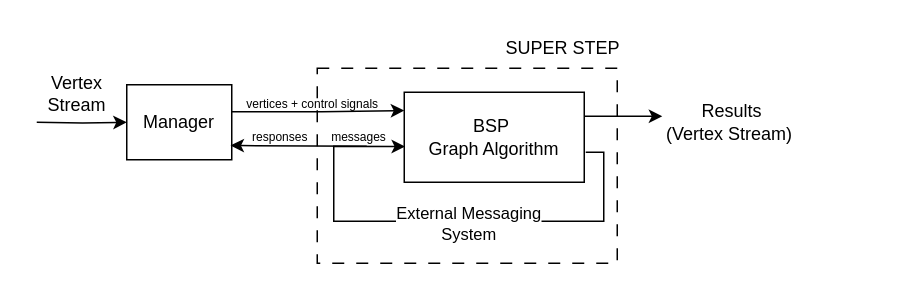
Earlier version of the draw.io diagram page "BSP" (3 of 8) of All execution models.drawio (komzy/FlinkPregelPaper). Source tidied: cells renumbered, new cells numbered last; positions are measured from the earlier drawing's top-left corner, leaving out a move shared by most shapes. Both pictures are drawn from the tidied source at 150%, with x=0, y=0 at pixel (32, 26).
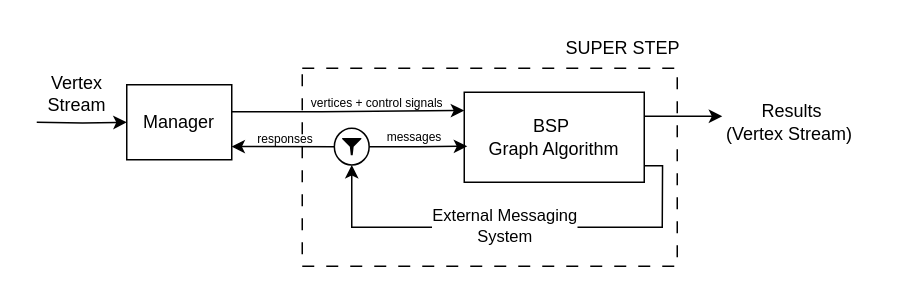
After the change.

Unchanged cells that the change refers to:
```xml
<mxCell id="12" value="Manager" style="rounded=0;whiteSpace=wrap;html=1;" parent="1" vertex="1">
  <mxGeometry x="63" y="39" width="70" height="50" as="geometry" />
</mxCell>
```

The edit, as a diff of the source:
```diff
@@
     <mxCell id="2" style="rounded=0;whiteSpace=wrap;html=1;fillColor=none;dashed=1;dashPattern=8 8;" parent="1" vertex="1">
-      <mxGeometry x="190" y="28" width="200" height="130" as="geometry" />
+      <mxGeometry x="180" y="28" width="250" height="132" as="geometry" />
     </mxCell>
@@
     <mxCell id="4" value="BSP&amp;nbsp;&lt;div&gt;Graph Algorithm&lt;/div&gt;" style="rounded=0;whiteSpace=wrap;html=1;" parent="1" vertex="1">
-      <mxGeometry x="248" y="44" width="120" height="60" as="geometry" />
+      <mxGeometry x="288" y="44" width="120" height="60" as="geometry" />
     </mxCell>
-    <mxCell id="5" style="endArrow=classic;html=1;rounded=0;curved=0;exitX=1;exitY=0.666;exitDx=0;exitDy=0;exitPerimeter=0;entryX=-0.004;entryY=0.603;entryDx=0;entryDy=0;entryPerimeter=0;" parent="1" edge="1">
+    <mxCell id="5" style="endArrow=classic;html=1;rounded=0;curved=0;exitX=1;exitY=0.666;exitDx=0;exitDy=0;exitPerimeter=0;strokeColor=default;entryX=0.5;entryY=1;entryDx=0;entryDy=0;" parent="1" edge="1" target="19">
       <mxGeometry relative="1" as="geometry">
-        <mxPoint x="369" y="84" as="sourcePoint" />
-        <mxPoint x="248.5" y="80.2" as="targetPoint" />
+        <mxPoint x="408.2" y="93" as="sourcePoint" />
         <Array as="points">
-          <mxPoint x="381" y="84" />
-          <mxPoint x="381" y="130" />
-          <mxPoint x="201" y="130" />
-          <mxPoint x="201" y="80" />
+          <mxPoint x="420.2" y="93" />
+          <mxPoint x="420" y="134" />
+          <mxPoint x="213" y="134" />
         </Array>
       </mxGeometry>
     </mxCell>
     <mxCell id="6" value="External Messaging&lt;div&gt;System&lt;/div&gt;" style="edgeLabel;html=1;align=center;verticalAlign=middle;" parent="5" vertex="1">
       <mxGeometry x="-0.03" y="1" relative="1" as="geometry">
-        <mxPoint x="14" as="offset" />
+        <mxPoint x="-13" y="-3" as="offset" />
       </mxGeometry>
     </mxCell>
     <mxCell id="7" style="endArrow=classic;html=1;rounded=0;" parent="1" edge="1">
       <mxGeometry relative="1" as="geometry">
-        <mxPoint x="368" y="60" as="sourcePoint" />
-        <mxPoint x="420" y="60" as="targetPoint" />
+        <mxPoint x="408" y="60" as="sourcePoint" />
+        <mxPoint x="460" y="60" as="targetPoint" />
       </mxGeometry>
     </mxCell>
     <mxCell id="8" value="&amp;nbsp;Results&lt;div&gt;(Vertex Stream)&lt;/div&gt;" style="text;html=1;whiteSpace=wrap;strokeColor=none;fillColor=none;align=center;verticalAlign=middle;rounded=0;" parent="1" vertex="1">
-      <mxGeometry x="410" y="44" width="110" height="40" as="geometry" />
+      <mxGeometry x="450" y="44" width="110" height="40" as="geometry" />
     </mxCell>
@@
     <mxCell id="10" value="SUPER STEP" style="text;html=1;whiteSpace=wrap;strokeColor=none;fillColor=none;align=center;verticalAlign=middle;rounded=0;" parent="1" vertex="1">
-      <mxGeometry x="309" width="90" height="30" as="geometry" />
+      <mxGeometry x="349" width="90" height="30" as="geometry" />
     </mxCell>
@@
-    <mxCell id="13" style="endArrow=classic;html=1;rounded=0;entryX=0.988;entryY=0.81;entryDx=0;entryDy=0;entryPerimeter=0;" parent="1" edge="1" target="12">
-      <mxGeometry relative="1" as="geometry">
-        <mxPoint x="223" y="80" as="sourcePoint" />
-      </mxGeometry>
-    </mxCell>
-    <mxCell id="14" value="&lt;span style=&quot;background-color: transparent; color: light-dark(rgb(0, 0, 0), rgb(255, 255, 255));&quot;&gt;&lt;font style=&quot;font-size: 8px;&quot;&gt;responses&lt;/font&gt;&lt;/span&gt;" style="text;html=1;whiteSpace=wrap;strokeColor=none;fillColor=none;align=center;verticalAlign=middle;rounded=0;" parent="1" vertex="1">
-      <mxGeometry x="135" y="68" width="61" height="10" as="geometry" />
-    </mxCell>
     <mxCell id="15" value="&lt;font style=&quot;font-size: 8px;&quot;&gt;messages&lt;/font&gt;" style="text;html=1;whiteSpace=wrap;strokeColor=none;fillColor=none;align=center;verticalAlign=middle;rounded=0;" parent="1" vertex="1">
-      <mxGeometry x="191" y="68" width="54" height="10" as="geometry" />
+      <mxGeometry x="228" y="68" width="54" height="10" as="geometry" />
     </mxCell>
     <mxCell id="16" value="&lt;font style=&quot;font-size: 8px;&quot;&gt;&amp;nbsp;&lt;span style=&quot;background-color: transparent; color: light-dark(rgb(0, 0, 0), rgb(255, 255, 255));&quot;&gt;vertices + control&amp;nbsp;&lt;/span&gt;&lt;/font&gt;&lt;span style=&quot;background-color: transparent; color: light-dark(rgb(0, 0, 0), rgb(255, 255, 255)); font-size: 8px;&quot;&gt;signals&lt;/span&gt;" style="text;html=1;whiteSpace=wrap;strokeColor=none;fillColor=none;align=center;verticalAlign=middle;rounded=0;" parent="1" vertex="1">
-      <mxGeometry x="131" y="34" width="110" height="34" as="geometry" />
+      <mxGeometry x="174" y="33" width="110" height="34" as="geometry" />
     </mxCell>
+    <mxCell id="17" style="group;" parent="1" vertex="1">
+      <mxGeometry x="201.4" y="68" width="23.2" height="24.5" as="geometry" />
+    </mxCell>
+    <mxCell id="18" style="sketch=0;shadow=0;dashed=0;html=1;strokeColor=none;labelPosition=center;verticalLabelPosition=bottom;verticalAlign=top;align=center;fillColor=#000000;shape=mxgraph.mscae.enterprise.filter;" parent="17" vertex="1">
+      <mxGeometry x="5.2" y="6.5" width="12.8" height="11.5" as="geometry" />
+    </mxCell>
+    <mxCell id="19" style="ellipse;whiteSpace=wrap;html=1;fillColor=none;" parent="17" vertex="1">
+      <mxGeometry width="23.2" height="24.5" as="geometry" />
+    </mxCell>
+    <mxCell id="20" style="edgeStyle=orthogonalEdgeStyle;rounded=0;jettySize=auto;html=1;exitX=1;exitY=0.5;exitDx=0;exitDy=0;" parent="1" edge="1" source="19">
+      <mxGeometry relative="1" as="geometry">
+        <mxPoint x="290" y="80" as="targetPoint" />
+      </mxGeometry>
+    </mxCell>
+    <mxCell id="21" style="endArrow=classic;html=1;rounded=0;entryX=0.997;entryY=0.824;entryDx=0;entryDy=0;entryPerimeter=0;exitX=0;exitY=0.5;exitDx=0;exitDy=0;" parent="1" edge="1" source="19" target="12">
+      <mxGeometry relative="1" as="geometry" />
+    </mxCell>
+    <mxCell id="14" value="&lt;font style=&quot;font-size: 8px;&quot;&gt;responses&lt;/font&gt;" style="text;html=1;whiteSpace=wrap;strokeColor=none;fillColor=none;align=center;verticalAlign=middle;rounded=0;" parent="1" vertex="1">
+      <mxGeometry x="142.4" y="69" width="54" height="10" as="geometry" />
+    </mxCell>
```
